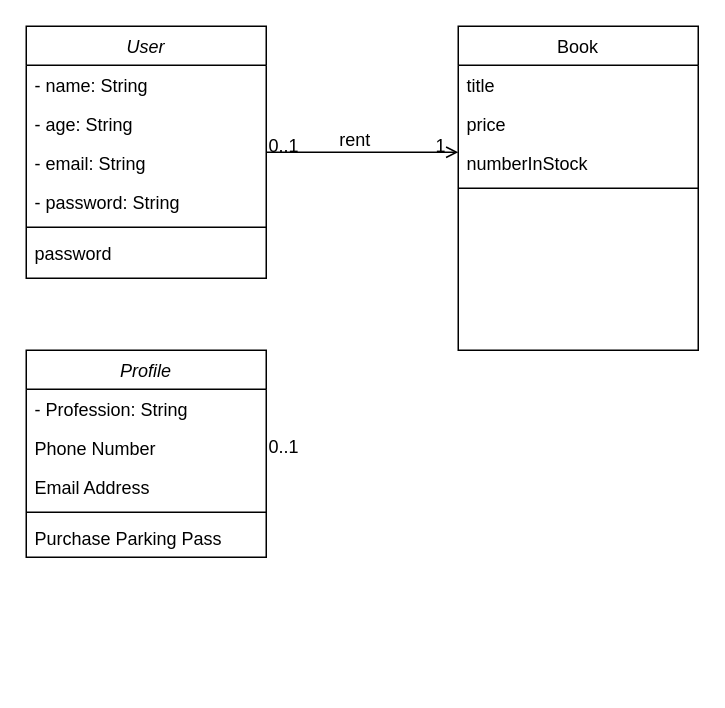
greetjeJongen/mySecondTrial keeps this draw.io diagram as Diagram zonder titel.drawio. Above is the earlier version. Source tidied: cells renumbered, new cells numbered last; positions are measured from the earlier drawing's top-left corner, leaving out a move shared by most shapes. Both pictures are drawn from the tidied source at 150%, with x=0, y=0 at pixel (26, 26).
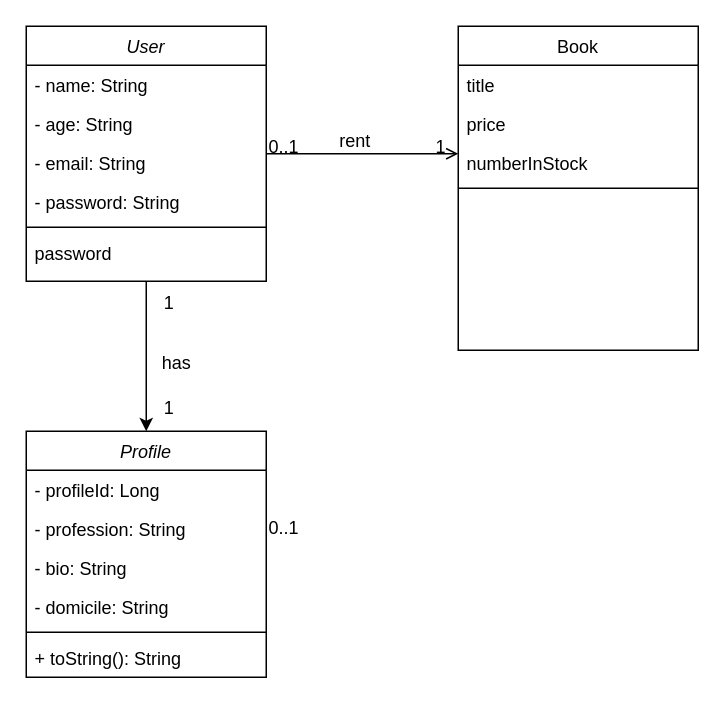
After the change.

What changed in the source:
```diff
@@
     <mxCell id="2" value="User" style="swimlane;fontStyle=2;align=center;verticalAlign=top;horizontal=1;startSize=26;rounded=0;shadow=0;strokeWidth=1;" parent="1" vertex="1">
-      <mxGeometry width="160" height="168" as="geometry" />
+      <mxGeometry width="160" height="170" as="geometry" />
     </mxCell>
@@
     <mxCell id="18" value="Profile" style="swimlane;fontStyle=2;align=center;verticalAlign=top;horizontal=1;startSize=26;rounded=0;shadow=0;strokeWidth=1;" parent="1" vertex="1">
-      <mxGeometry y="216" width="160" height="138" as="geometry" />
+      <mxGeometry y="270" width="160" height="164" as="geometry" />
     </mxCell>
-    <mxCell id="19" value="- Profession: String" style="text;align=left;verticalAlign=top;spacingLeft=4;spacingRight=4;overflow=hidden;" parent="18" vertex="1">
+    <mxCell id="19" value="- profileId: Long" style="text;align=left;verticalAlign=top;spacingLeft=4;spacingRight=4;overflow=hidden;" parent="18" vertex="1">
       <mxGeometry y="26" width="160" height="26" as="geometry" />
     </mxCell>
+    <mxCell id="25" value="- profession: String" style="text;align=left;verticalAlign=top;spacingLeft=4;spacingRight=4;overflow=hidden;" parent="18" vertex="1">
+      <mxGeometry y="52" width="160" height="26" as="geometry" />
+    </mxCell>
-    <mxCell id="20" value="Phone Number" style="text;align=left;verticalAlign=top;spacingLeft=4;spacingRight=4;overflow=hidden;rounded=0;shadow=0;html=0;" parent="18" vertex="1">
-      <mxGeometry y="52" width="160" height="26" as="geometry" />
+    <mxCell id="20" value="- bio: String" style="text;align=left;verticalAlign=top;spacingLeft=4;spacingRight=4;overflow=hidden;rounded=0;shadow=0;html=0;" parent="18" vertex="1">
+      <mxGeometry y="78" width="160" height="26" as="geometry" />
     </mxCell>
-    <mxCell id="21" value="Email Address" style="text;align=left;verticalAlign=top;spacingLeft=4;spacingRight=4;overflow=hidden;rounded=0;shadow=0;html=0;" parent="18" vertex="1">
-      <mxGeometry y="78" width="160" height="26" as="geometry" />
+    <mxCell id="21" value="- domicile: String" style="text;align=left;verticalAlign=top;spacingLeft=4;spacingRight=4;overflow=hidden;rounded=0;shadow=0;html=0;" parent="18" vertex="1">
+      <mxGeometry y="104" width="160" height="26" as="geometry" />
     </mxCell>
     <mxCell id="22" style="line;html=1;strokeWidth=1;align=left;verticalAlign=middle;spacingTop=-1;spacingLeft=3;spacingRight=3;labelPosition=right;" parent="18" vertex="1">
-      <mxGeometry y="104" width="160" height="8" as="geometry" />
+      <mxGeometry y="130" width="160" height="8" as="geometry" />
     </mxCell>
-    <mxCell id="23" value="Purchase Parking Pass" style="text;align=left;verticalAlign=top;spacingLeft=4;spacingRight=4;overflow=hidden;" parent="18" vertex="1">
-      <mxGeometry y="112" width="160" height="26" as="geometry" />
+    <mxCell id="23" value="+ toString(): String" style="text;align=left;verticalAlign=top;spacingLeft=4;spacingRight=4;overflow=hidden;" parent="18" vertex="1">
+      <mxGeometry y="138" width="160" height="26" as="geometry" />
     </mxCell>
     <mxCell id="24" value="0..1" style="align=left;verticalAlign=bottom;labelBackgroundColor=none;fontSize=12;" parent="1" vertex="1">
-      <mxGeometry x="160" y="289" as="geometry" />
+      <mxGeometry x="160" y="343" as="geometry" />
     </mxCell>
+    <mxCell id="26" style="edgeStyle=none;jettySize=auto;html=1;rounded=0;exitX=0.5;exitY=1;exitDx=0;exitDy=0;entryX=0.5;entryY=0;entryDx=0;entryDy=0;" parent="1" edge="1" source="2" target="18">
+      <mxGeometry relative="1" as="geometry" />
+    </mxCell>
+    <mxCell id="27" value="1" style="text;html=1;align=center;verticalAlign=middle;strokeColor=none;fillColor=none;" parent="1" vertex="1">
+      <mxGeometry x="80" y="170" width="30" height="30" as="geometry" />
+    </mxCell>
+    <mxCell id="28" value="1" style="text;html=1;align=center;verticalAlign=middle;strokeColor=none;fillColor=none;" parent="1" vertex="1">
+      <mxGeometry x="80" y="240" width="30" height="30" as="geometry" />
+    </mxCell>
+    <mxCell id="29" value="has" style="text;html=1;align=center;verticalAlign=middle;strokeColor=none;fillColor=none;" parent="1" vertex="1">
+      <mxGeometry x="80" y="210" width="40" height="30" as="geometry" />
+    </mxCell>
```
